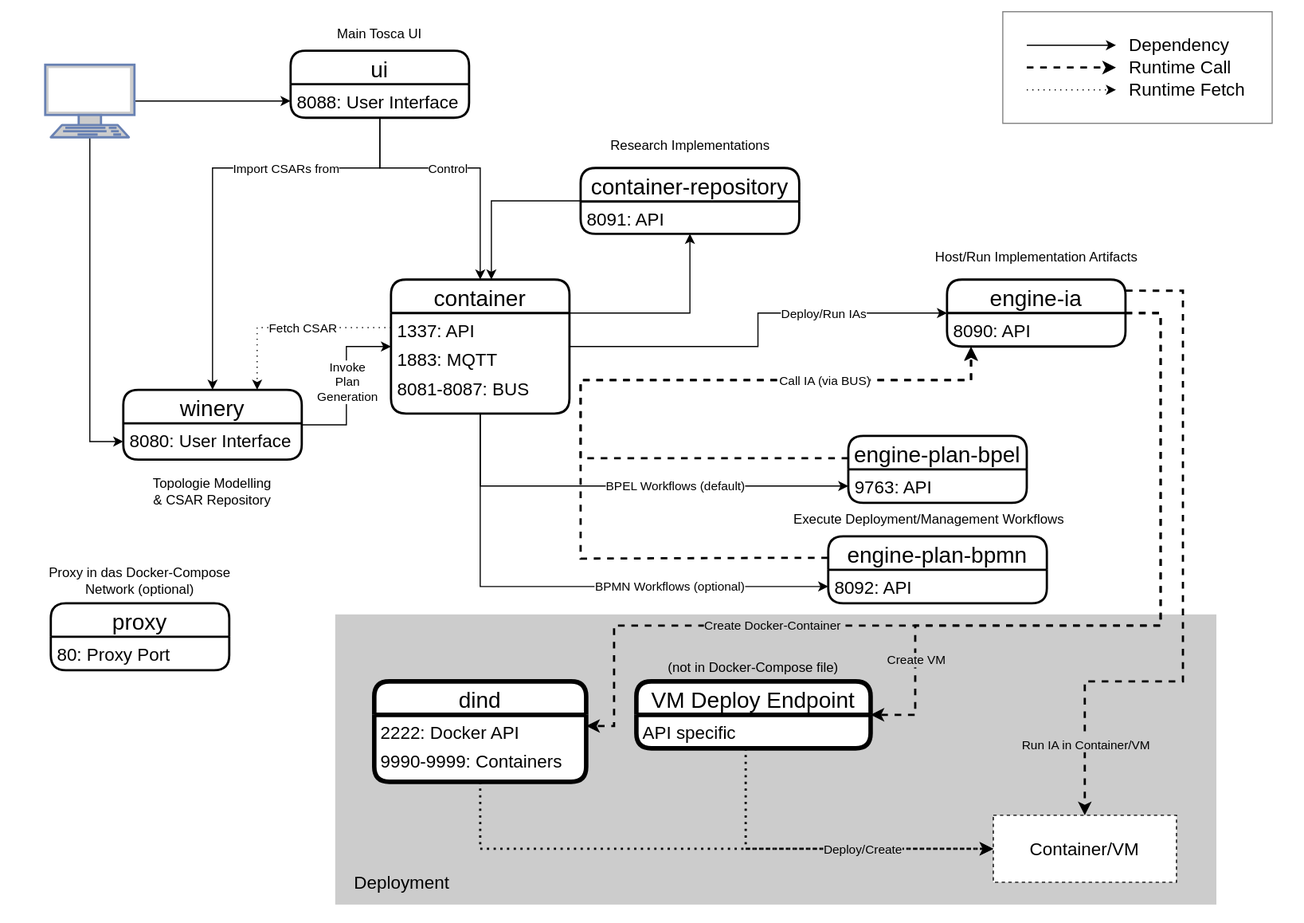
Earlier version of the draw.io export docs/docker-compose-overview.svg (OpenTOSCA/opentosca-docker). Source tidied: cells renumbered, new cells last; positions are measured from the earlier drawing's top-left corner, leaving out a move shared by most shapes.
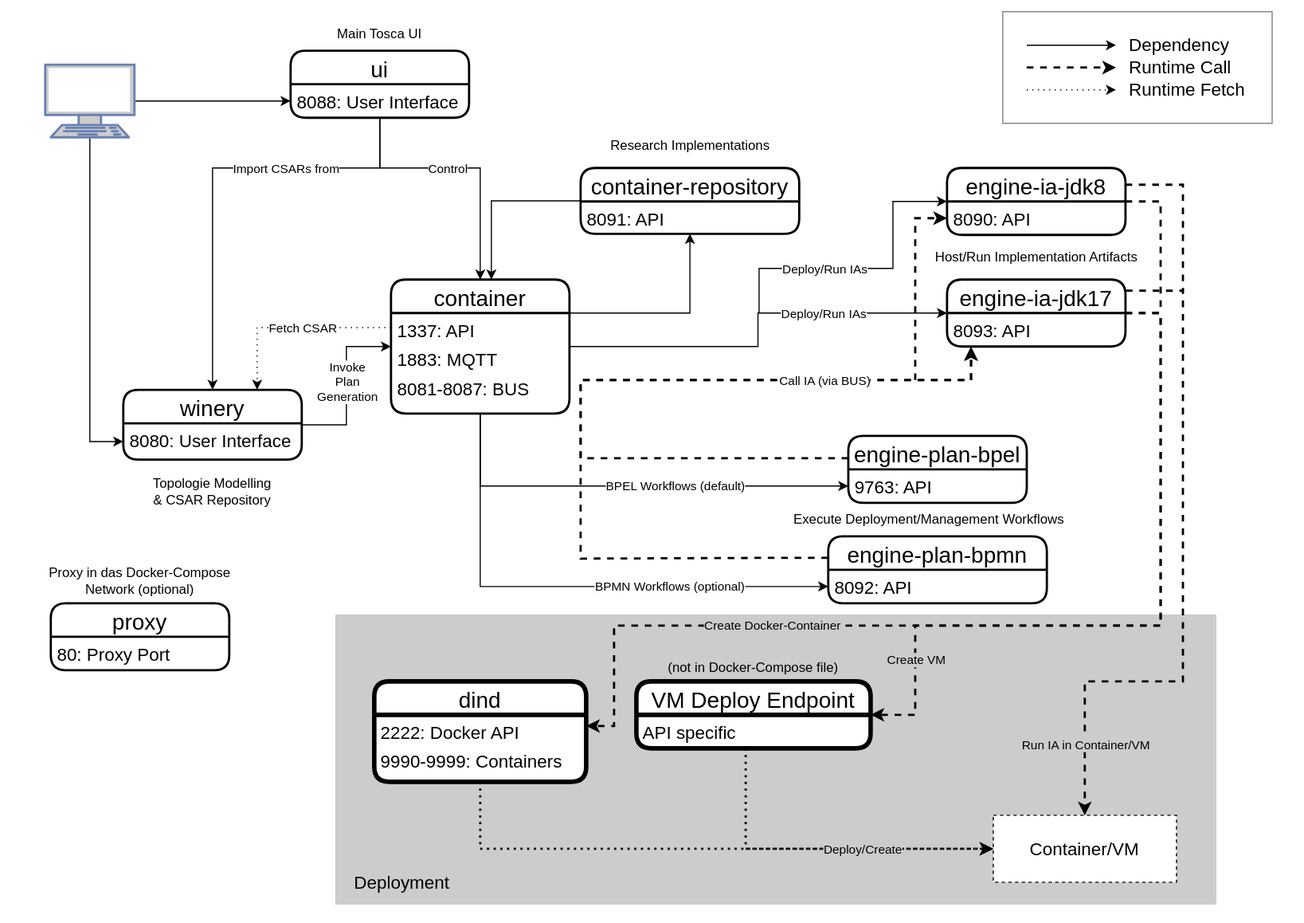
After the commit.

Commit message:
Update container overview to match compose file (#47)

* Update container overview to match compose file

* Fix engine-ia spelling

What changed in the source:
```diff
@@ -92,7 +92,7 @@
     <mxCell id="22" value="8088: User Interface" style="text;strokeColor=none;fillColor=none;align=left;verticalAlign=top;spacingLeft=4;spacingRight=4;overflow=hidden;points=[[0,0.5],[1,0.5]];portConstraint=eastwest;fontSize=16;" parent="21" vertex="1">
       <mxGeometry y="30" width="160" height="30" as="geometry" />
     </mxCell>
-    <mxCell id="23" value="engine-plan" style="swimlane;horizontal=1;startSize=30;rounded=1;fontSize=20;fontStyle=0;strokeWidth=2;shadow=0;dashed=0;align=center;" parent="1" vertex="1">
+    <mxCell id="23" value="engine-plan-bpel" style="swimlane;horizontal=1;startSize=30;rounded=1;fontSize=20;fontStyle=0;strokeWidth=2;shadow=0;dashed=0;align=center;" parent="1" vertex="1">
       <mxGeometry x="720" y="380" width="160" height="60" as="geometry" />
     </mxCell>
     <mxCell id="24" value="9763: API" style="text;strokeColor=none;fillColor=none;align=left;verticalAlign=top;spacingLeft=4;spacingRight=4;overflow=hidden;points=[[0,0.5],[1,0.5]];portConstraint=eastwest;fontSize=16;" parent="23" vertex="1">
@@ -119,10 +119,10 @@
         <mxPoint x="-3" y="31" as="offset" />
       </mxGeometry>
     </mxCell>
-    <mxCell id="29" value="engine-ia" style="swimlane;horizontal=1;startSize=30;rounded=1;fontSize=20;fontStyle=0;strokeWidth=2;shadow=0;dashed=0;align=center;" parent="1" vertex="1">
+    <mxCell id="29" value="engine-ia-jdk17" style="swimlane;horizontal=1;startSize=30;rounded=1;fontSize=20;fontStyle=0;strokeWidth=2;shadow=0;dashed=0;align=center;" parent="1" vertex="1">
       <mxGeometry x="808.5" y="240" width="160" height="60" as="geometry" />
     </mxCell>
-    <mxCell id="30" value="8090: API" style="text;strokeColor=none;fillColor=none;align=left;verticalAlign=top;spacingLeft=4;spacingRight=4;overflow=hidden;points=[[0,0.5],[1,0.5]];portConstraint=eastwest;fontSize=16;" parent="29" vertex="1">
+    <mxCell id="30" value="8093: API" style="text;strokeColor=none;fillColor=none;align=left;verticalAlign=top;spacingLeft=4;spacingRight=4;overflow=hidden;points=[[0,0.5],[1,0.5]];portConstraint=eastwest;fontSize=16;" parent="29" vertex="1">
       <mxGeometry y="30" width="160" height="30" as="geometry" />
     </mxCell>
     <mxCell id="31" style="edgeStyle=orthogonalEdgeStyle;rounded=0;jettySize=auto;html=1;fontSize=16;" parent="1" edge="1" source="33" target="10">
@@ -310,5 +310,50 @@
     <mxCell id="72" value="(not in Docker-Compose file)" style="text;html=1;strokeColor=none;fillColor=none;align=center;verticalAlign=middle;whiteSpace=wrap;rounded=0;" parent="1" vertex="1">
       <mxGeometry x="545" y="580" width="180" height="15" as="geometry" />
     </mxCell>
+    <mxCell id="73" value="engine-ia-jdk8" style="swimlane;horizontal=1;startSize=30;rounded=1;fontSize=20;fontStyle=0;strokeWidth=2;shadow=0;dashed=0;align=center;" parent="1" vertex="1">
+      <mxGeometry x="808.5" y="140" width="160" height="60" as="geometry" />
+    </mxCell>
+    <mxCell id="74" value="8090: API" style="text;strokeColor=none;fillColor=none;align=left;verticalAlign=top;spacingLeft=4;spacingRight=4;overflow=hidden;points=[[0,0.5],[1,0.5]];portConstraint=eastwest;fontSize=16;" parent="73" vertex="1">
+      <mxGeometry y="30" width="160" height="30" as="geometry" />
+    </mxCell>
+    <mxCell id="75" style="edgeStyle=orthogonalEdgeStyle;rounded=0;jettySize=auto;html=1;fontSize=16;entryX=0;entryY=0.5;entryDx=0;entryDy=0;" parent="1" edge="1" target="73">
+      <mxGeometry relative="1" as="geometry">
+        <mxPoint x="640" y="270" as="sourcePoint" />
+        <Array as="points">
+          <mxPoint x="640" y="230" />
+          <mxPoint x="760" y="230" />
+          <mxPoint x="760" y="170" />
+        </Array>
+      </mxGeometry>
+    </mxCell>
+    <mxCell id="76" value="Deploy/Run IAs" style="edgeLabel;html=1;align=center;verticalAlign=middle;" parent="75" vertex="1">
+      <mxGeometry x="0.29" relative="1" as="geometry">
+        <mxPoint x="-62" y="13" as="offset" />
+      </mxGeometry>
+    </mxCell>
+    <mxCell id="77" style="edgeStyle=orthogonalEdgeStyle;rounded=0;jettySize=auto;html=1;dashed=1;strokeWidth=2;entryX=0;entryY=0.5;entryDx=0;entryDy=0;" parent="1" edge="1" target="74">
+      <mxGeometry relative="1" as="geometry">
+        <mxPoint x="780" y="330" as="sourcePoint" />
+        <Array as="points">
+          <mxPoint x="780" y="185" />
+        </Array>
+      </mxGeometry>
+    </mxCell>
+    <mxCell id="78" style="edgeStyle=orthogonalEdgeStyle;rounded=0;jettySize=auto;html=1;dashed=1;strokeWidth=2;exitX=1;exitY=0.25;exitDx=0;exitDy=0;endArrow=none;endFill=0;" parent="1" edge="1" source="73">
+      <mxGeometry relative="1" as="geometry">
+        <mxPoint x="1020" y="250" as="targetPoint" />
+        <Array as="points">
+          <mxPoint x="1020" y="155" />
+        </Array>
+      </mxGeometry>
+    </mxCell>
+    <mxCell id="79" style="edgeStyle=orthogonalEdgeStyle;rounded=0;jettySize=auto;html=1;dashed=1;strokeWidth=2;endArrow=none;endFill=0;" parent="1" edge="1" source="73">
+      <mxGeometry relative="1" as="geometry">
+        <mxPoint x="1000" y="270" as="targetPoint" />
+        <Array as="points">
+          <mxPoint x="1000" y="170" />
+        </Array>
+      </mxGeometry>
+    </mxCell>
   </root>
 </mxGraphModel>
```
